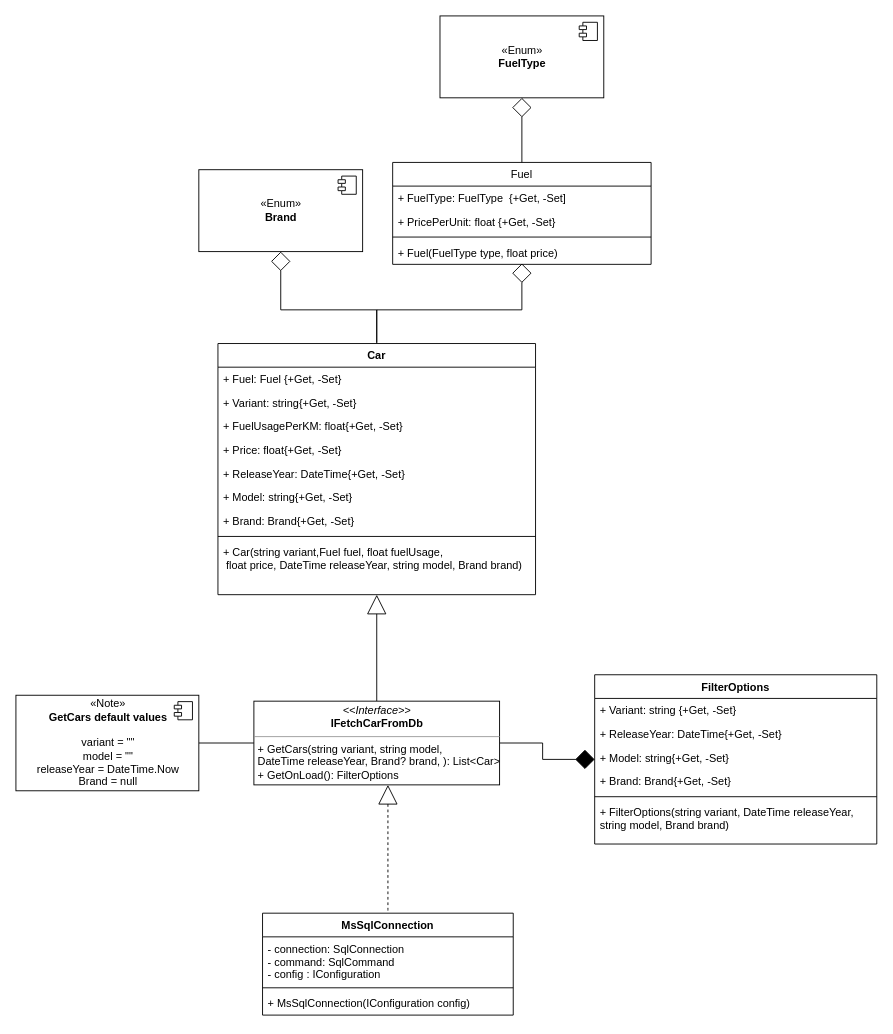
Before: Dokumentation/Class Diagram - CC- SBO.drawio in NansyT/Car-Comparison, a draw.io diagram. Source tidied: cells renumbered, new cells numbered last; positions are measured from the earlier drawing's top-left corner, leaving out a move shared by most shapes. Both pictures are drawn from the tidied source at 91%, with x=0, y=0 at pixel (15, 15).
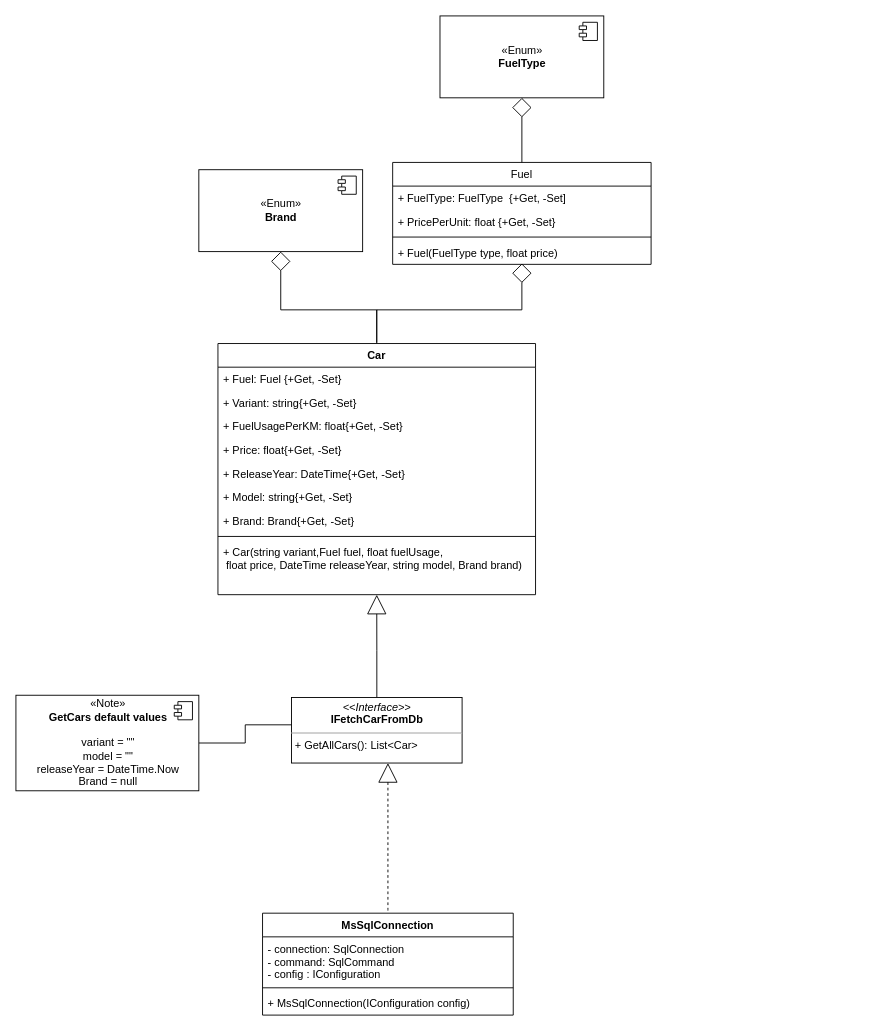
After the change.

Unchanged cells that the change refers to:
```xml
<mxCell id="40" value="«Note»&lt;br&gt;&lt;b&gt;GetCars default values&lt;br&gt;&lt;/b&gt;&lt;br&gt;variant = &quot;&quot;&lt;br&gt;model = &quot;&quot;&lt;br&gt;releaseYear = DateTime.Now&lt;br&gt;Brand = null" style="html=1;" parent="1" vertex="1">
  <mxGeometry y="746.5" width="201" height="105" as="geometry" />
</mxCell>
```

What changed in the source:
```diff
@@
-    <mxCell id="24" style="edgeStyle=orthogonalEdgeStyle;rounded=0;jettySize=auto;html=1;exitX=1;exitY=0.5;exitDx=0;exitDy=0;endArrow=diamond;endFill=1;endSize=19;" parent="1" edge="1" source="27" target="28">
-      <mxGeometry relative="1" as="geometry" />
-    </mxCell>
@@
-    <mxCell id="27" value="&lt;p style=&quot;margin:0px;margin-top:4px;text-align:center;&quot;&gt;&lt;i&gt;&amp;lt;&amp;lt;Interface&amp;gt;&amp;gt;&lt;/i&gt;&lt;br&gt;&lt;b&gt;IFetchCarFromDb&lt;/b&gt;&lt;/p&gt;&lt;hr size=&quot;1&quot;&gt;&lt;p style=&quot;margin:0px;margin-left:4px;&quot;&gt;&lt;/p&gt;&lt;p style=&quot;margin:0px;margin-left:4px;&quot;&gt;+ GetCars(string variant, string model,&amp;nbsp;&lt;/p&gt;&lt;p style=&quot;margin:0px;margin-left:4px;&quot;&gt;DateTime releaseYear, Brand? brand, ): List&amp;lt;Car&amp;gt;&lt;br&gt;&lt;/p&gt;&lt;p style=&quot;margin:0px;margin-left:4px;&quot;&gt;+ GetOnLoad(): FilterOptions&lt;/p&gt;" style="verticalAlign=top;align=left;overflow=fill;fontSize=12;fontFamily=Helvetica;html=1;" parent="1" vertex="1">
-      <mxGeometry x="261.5" y="753" width="270" height="92" as="geometry" />
+    <mxCell id="27" value="&lt;p style=&quot;margin:0px;margin-top:4px;text-align:center;&quot;&gt;&lt;i&gt;&amp;lt;&amp;lt;Interface&amp;gt;&amp;gt;&lt;/i&gt;&lt;br&gt;&lt;b&gt;IFetchCarFromDb&lt;/b&gt;&lt;/p&gt;&lt;hr size=&quot;1&quot;&gt;&lt;p style=&quot;margin:0px;margin-left:4px;&quot;&gt;&lt;/p&gt;&lt;p style=&quot;margin:0px;margin-left:4px;&quot;&gt;+ GetAllCars(&lt;span style=&quot;background-color: initial;&quot;&gt;): List&amp;lt;Car&amp;gt;&lt;/span&gt;&lt;/p&gt;" style="verticalAlign=top;align=left;overflow=fill;fontSize=12;fontFamily=Helvetica;html=1;" parent="1" vertex="1">
+      <mxGeometry x="302.8" y="749" width="187.5" height="72" as="geometry" />
     </mxCell>
-    <mxCell id="28" value="FilterOptions" style="swimlane;fontStyle=1;align=center;verticalAlign=top;horizontal=1;startSize=26;" parent="1" vertex="1">
-      <mxGeometry x="636" y="724" width="310" height="186" as="geometry" />
-    </mxCell>
-    <mxCell id="29" value="+ Variant: string {+Get, -Set}" style="text;strokeColor=none;fillColor=none;align=left;verticalAlign=top;spacingLeft=4;spacingRight=4;overflow=hidden;" parent="28" vertex="1">
-      <mxGeometry y="26" width="310" height="26" as="geometry" />
-    </mxCell>
-    <mxCell id="30" value="+ ReleaseYear: DateTime{+Get, -Set}" style="text;strokeColor=none;fillColor=none;align=left;verticalAlign=top;spacingLeft=4;spacingRight=4;overflow=hidden;" parent="28" vertex="1">
-      <mxGeometry y="52" width="310" height="26" as="geometry" />
-    </mxCell>
-    <mxCell id="31" value="+ Model: string{+Get, -Set}" style="text;strokeColor=none;fillColor=none;align=left;verticalAlign=top;spacingLeft=4;spacingRight=4;overflow=hidden;" parent="28" vertex="1">
-      <mxGeometry y="78" width="310" height="26" as="geometry" />
-    </mxCell>
-    <mxCell id="32" value="+ Brand: Brand{+Get, -Set}" style="text;strokeColor=none;fillColor=none;align=left;verticalAlign=top;spacingLeft=4;spacingRight=4;overflow=hidden;" parent="28" vertex="1">
-      <mxGeometry y="104" width="310" height="26" as="geometry" />
-    </mxCell>
-    <mxCell id="33" style="line;strokeWidth=1;fillColor=none;align=left;verticalAlign=middle;spacingTop=-1;spacingLeft=3;spacingRight=3;labelPosition=right;" parent="28" vertex="1">
-      <mxGeometry y="130" width="310" height="8" as="geometry" />
-    </mxCell>
-    <mxCell id="34" value="+ FilterOptions(string variant, DateTime releaseYear, &#10;string model, Brand brand)" style="text;strokeColor=none;fillColor=none;align=left;verticalAlign=top;spacingLeft=4;spacingRight=4;overflow=hidden;" parent="28" vertex="1">
-      <mxGeometry y="138" width="310" height="48" as="geometry" />
-    </mxCell>
@@
     <mxCell id="39" style="edgeStyle=orthogonalEdgeStyle;rounded=0;jettySize=auto;html=1;exitX=1;exitY=0.5;exitDx=0;exitDy=0;startArrow=none;startFill=0;endArrow=none;endFill=0;startSize=19;endSize=19;" parent="1" edge="1" source="40" target="27">
-      <mxGeometry relative="1" as="geometry" />
+      <mxGeometry relative="1" as="geometry">
+        <Array as="points">
+          <mxPoint x="252" y="799" />
+          <mxPoint x="252" y="779" />
+        </Array>
+      </mxGeometry>
     </mxCell>
```
